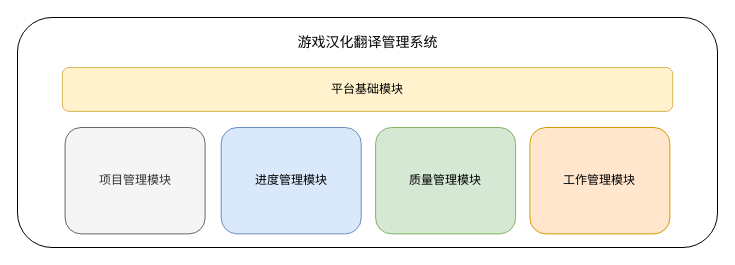
Above: 模块图.drawio in icemeowzhi/bach_final_diags (draw.io), before the change. Source tidied: cells renumbered, new cells numbered last; positions are measured from the earlier drawing's top-left corner, leaving out a move shared by most shapes. Both pictures are drawn from the tidied source at 100%, with x=0, y=0 at pixel (17, 17).
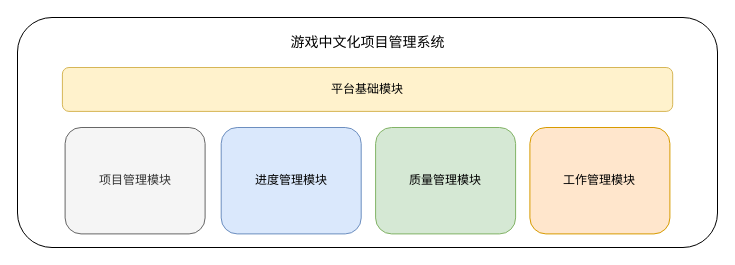
Above is the later version.

Commit message:
更新模块图.drawio

What changed in the source:
```diff
@@
 <mxGraphModel>
   <root>
     <mxCell id="0" />
     <mxCell id="1" parent="0" />
     <mxCell id="2" style="group;" parent="1" vertex="1">
       <mxGeometry width="700" height="230" as="geometry" />
     </mxCell>
     <mxCell id="3" style="rounded=1;whiteSpace=wrap;html=1;" parent="2" vertex="1">
       <mxGeometry width="700" height="230" as="geometry" />
     </mxCell>
     <mxCell id="4" value="平台基础模块" style="rounded=1;whiteSpace=wrap;html=1;fillColor=#fff2cc;strokeColor=#d6b656;" parent="2" vertex="1">
       <mxGeometry x="44.9" y="50" width="610.3" height="43.9" as="geometry" />
     </mxCell>
     <mxCell id="5" value="项目管理模块" style="rounded=1;whiteSpace=wrap;html=1;fillColor=#f5f5f5;fontColor=#333333;strokeColor=#666666;horizontal=1;" parent="2" vertex="1">
       <mxGeometry x="47.6" y="110" width="140" height="106.4" as="geometry" />
     </mxCell>
     <mxCell id="6" value="进度管理模块" style="rounded=1;whiteSpace=wrap;html=1;fillColor=#dae8fc;strokeColor=#6c8ebf;horizontal=1;" parent="2" vertex="1">
       <mxGeometry x="203.7" y="110" width="140" height="106.4" as="geometry" />
     </mxCell>
     <mxCell id="7" value="质量管理模块" style="rounded=1;whiteSpace=wrap;html=1;fillColor=#d5e8d4;strokeColor=#82b366;horizontal=1;" parent="2" vertex="1">
       <mxGeometry x="358.1" y="110" width="140" height="106.4" as="geometry" />
     </mxCell>
     <mxCell id="8" value="工作管理模块" style="rounded=1;whiteSpace=wrap;html=1;fillColor=#ffe6cc;strokeColor=#d79b00;horizontal=1;" parent="2" vertex="1">
       <mxGeometry x="512.4" y="110" width="140" height="106.4" as="geometry" />
     </mxCell>
-    <mxCell id="9" value="&lt;span style=&quot;font-size:10.5pt;mso-bidi-font-size:11.0pt;&lt;br/&gt;font-family:等线;mso-ascii-theme-font:minor-latin;mso-fareast-theme-font:minor-fareast;&lt;br/&gt;mso-hansi-theme-font:minor-latin;mso-bidi-font-family:&amp;quot;Times New Roman&amp;quot;;&lt;br/&gt;mso-bidi-theme-font:minor-bidi;mso-ansi-language:EN-US;mso-fareast-language:&lt;br/&gt;ZH-CN;mso-bidi-language:AR-SA&quot;&gt;游戏汉化翻译管理系统&lt;/span&gt;" style="text;html=1;align=center;verticalAlign=middle;strokeColor=none;fillColor=none;" parent="2" vertex="1">
-      <mxGeometry x="270" y="10" width="160" height="30" as="geometry" />
+    <mxCell id="9" value="&lt;span style=&quot;font-size:10.5pt;mso-bidi-font-size:11.0pt;&lt;br/&gt;font-family:等线;mso-ascii-theme-font:minor-latin;mso-fareast-theme-font:minor-fareast;&lt;br/&gt;mso-hansi-theme-font:minor-latin;mso-bidi-font-family:&amp;quot;Times New Roman&amp;quot;;&lt;br/&gt;mso-bidi-theme-font:minor-bidi;mso-ansi-language:EN-US;mso-fareast-language:&lt;br/&gt;ZH-CN;mso-bidi-language:AR-SA&quot;&gt;游戏中文化项目管理系统&lt;/span&gt;" style="text;html=1;align=center;verticalAlign=middle;strokeColor=none;fillColor=none;" parent="2" vertex="1">
+      <mxGeometry x="260" y="10" width="180" height="30" as="geometry" />
     </mxCell>
   </root>
 </mxGraphModel>
```
